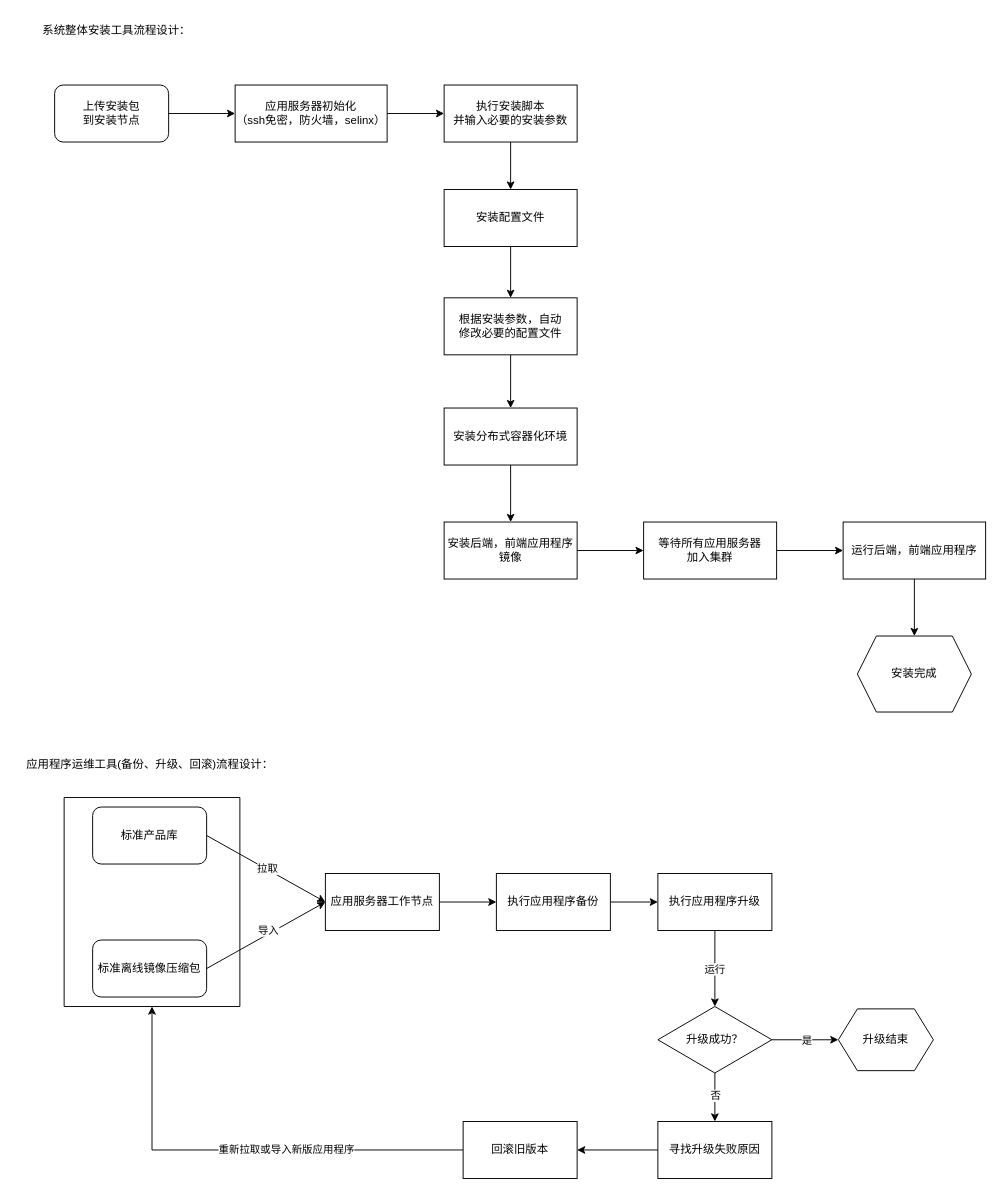
yihezhou/diagrams keeps this draw.io diagram as 思创贯宇-Linux运维工具.drawio. Above is the earlier version. Source tidied: cells renumbered, new cells numbered last; positions are measured from the earlier drawing's top-left corner, leaving out a move shared by most shapes. Both pictures are drawn from the tidied source at 95%, with x=0, y=0 at pixel (16, 16).
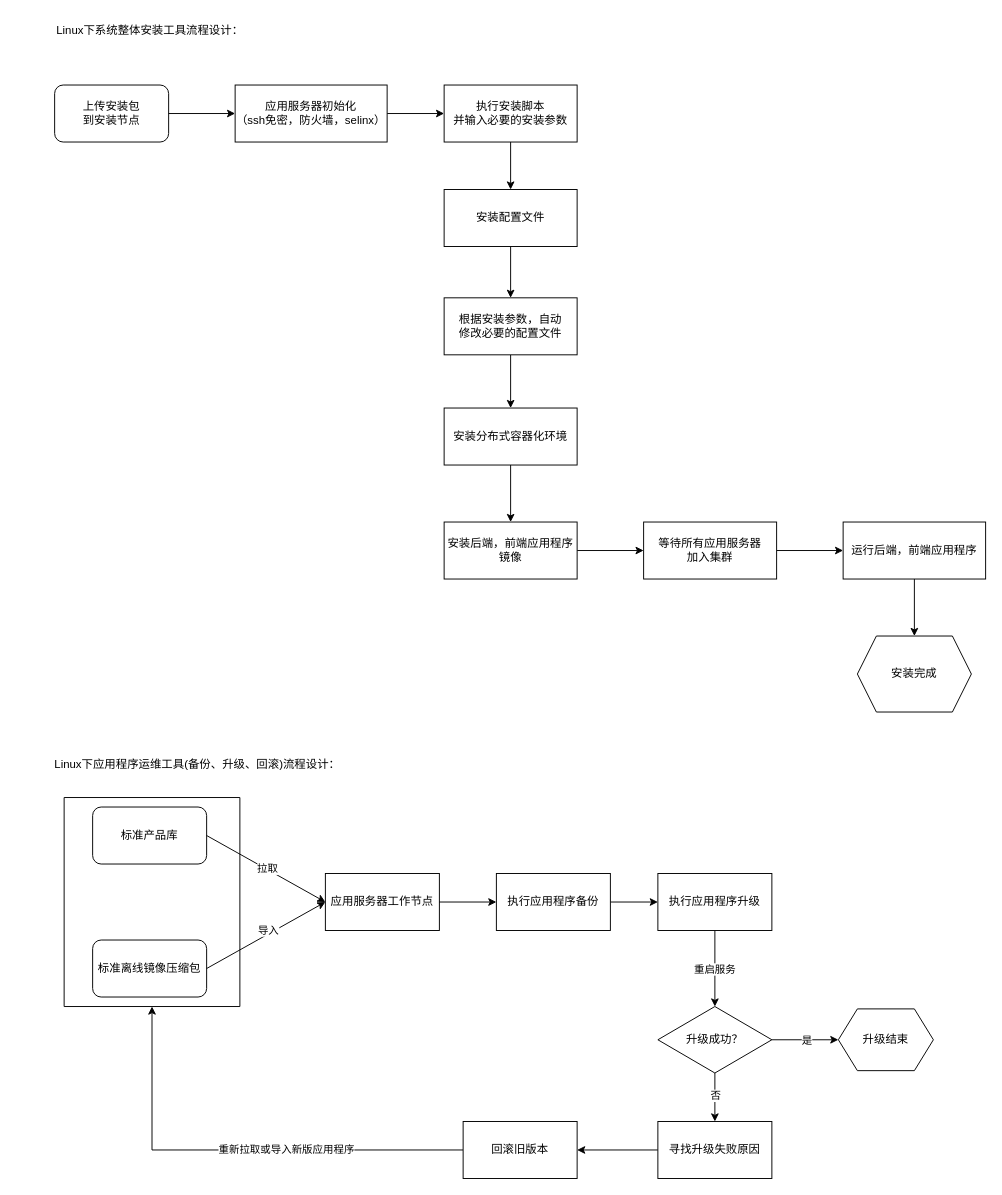
The same diagram, later.

Commit message:
更新思创贯宇-Linux运维工具.drawio

Unchanged cells that the change refers to:
```xml
<mxCell id="26" style="edgeStyle=orthogonalEdgeStyle;rounded=0;jettySize=auto;html=1;exitX=0.5;exitY=1;exitDx=0;exitDy=0;entryX=0.5;entryY=0;entryDx=0;entryDy=0;" parent="1" edge="1" source="28" target="35">
  <mxGeometry relative="1" as="geometry" />
</mxCell>
```

Change to the diagram source:
```diff
@@
-    <mxCell id="21" value="系统整体安装工具流程设计：" style="text;html=1;align=center;verticalAlign=middle;strokeColor=none;fillColor=none;" parent="1" vertex="1">
-      <mxGeometry x="15" width="180" height="30" as="geometry" />
+    <mxCell id="21" value="Linux下系统整体安装工具流程设计：" style="text;html=1;align=center;verticalAlign=middle;strokeColor=none;fillColor=none;" parent="1" vertex="1">
+      <mxGeometry x="30" width="220" height="30" as="geometry" />
     </mxCell>
-    <mxCell id="22" value="应用程序运维工具(备份、升级、回滚)流程设计：" style="text;html=1;align=center;verticalAlign=middle;strokeColor=none;fillColor=none;" parent="1" vertex="1">
-      <mxGeometry y="772" width="280" height="30" as="geometry" />
+    <mxCell id="22" value="Linux下应用程序运维工具(备份、升级、回滚)流程设计：" style="text;html=1;align=center;verticalAlign=middle;strokeColor=none;fillColor=none;" parent="1" vertex="1">
+      <mxGeometry x="30" y="772" width="320" height="30" as="geometry" />
     </mxCell>
@@
-    <mxCell id="27" value="运行" style="edgeLabel;html=1;align=center;verticalAlign=middle;" parent="26" vertex="1">
+    <mxCell id="27" value="重启服务" style="edgeLabel;html=1;align=center;verticalAlign=middle;" parent="26" vertex="1">
       <mxGeometry y="-1" relative="1" as="geometry" />
     </mxCell>
```
